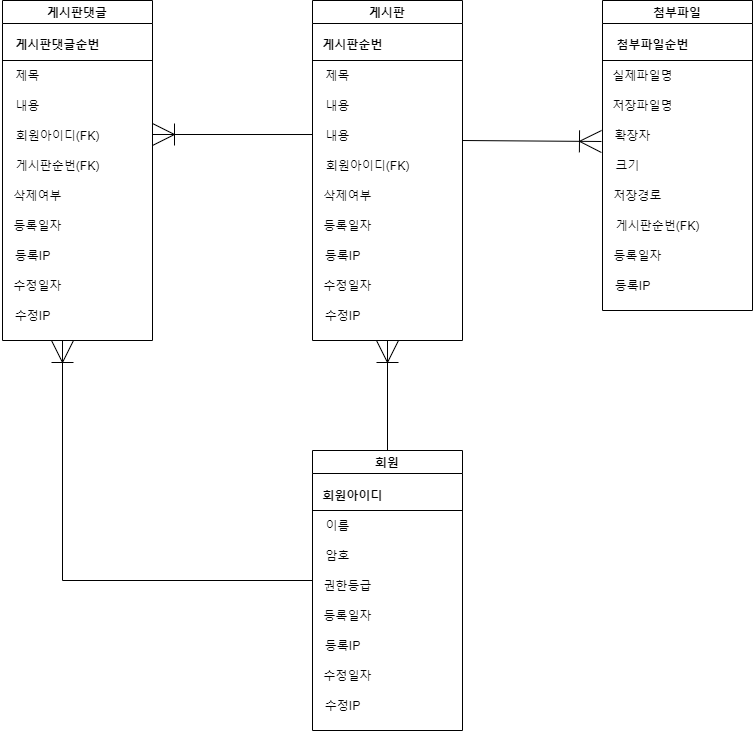
This is BOARD_ERD.png from sos9210/board-project, a draw.io export, as it was before one commit. Source tidied: cells renumbered, new cells last; positions are measured from the earlier drawing's top-left corner, leaving out a move shared by most shapes.
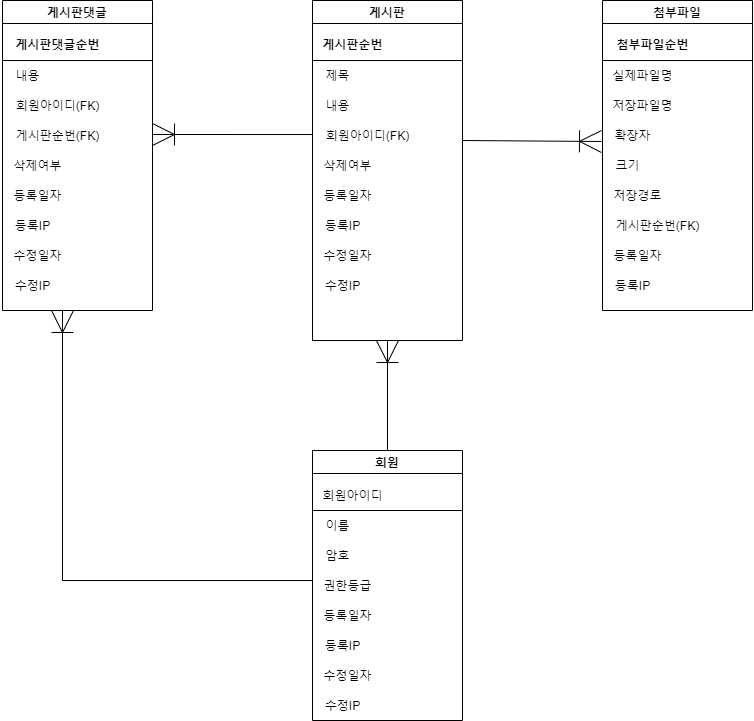
The same file after the commit.

Commit message:
BOARD_ERD 수정

What changed in the source:
```diff
@@ -1,20 +1,20 @@
 <mxGraphModel>
   <root>
-    <mxCell id="0" />
-    <mxCell id="1" parent="0" />
+    <mxCell id="51" />
+    <mxCell id="52" parent="51" />
-    <mxCell id="2" value="회원" style="swimlane;startSize=23;" parent="1" vertex="1">
-      <mxGeometry x="310" y="450" width="150" height="280" as="geometry" />
+    <mxCell id="2" value="회원" style="swimlane;startSize=23;" parent="52" vertex="1">
+      <mxGeometry x="310" y="450" width="150" height="270" as="geometry" />
     </mxCell>
-    <mxCell id="3" style="endArrow=none;html=1;rounded=0;" parent="2" edge="1">
-      <mxGeometry relative="1" as="geometry">
-        <mxPoint y="60" as="sourcePoint" />
-        <mxPoint x="150" y="60" as="targetPoint" />
-      </mxGeometry>
-    </mxCell>
+    <mxCell id="53" style="endArrow=none;html=1;rounded=0;" parent="2" edge="1">
+      <mxGeometry relative="1" as="geometry">
+        <mxPoint y="60" as="sourcePoint" />
+        <mxPoint x="150" y="60" as="targetPoint" />
+      </mxGeometry>
+    </mxCell>
     <mxCell id="4" value="&lt;font style=&quot;font-size: 12px;&quot;&gt;이름&lt;/font&gt;" style="text;html=1;align=center;verticalAlign=middle;strokeColor=none;fillColor=none;fontSize=17;" parent="2" vertex="1">
       <mxGeometry y="60" width="50" height="30" as="geometry" />
     </mxCell>
-    <mxCell id="5" value="&lt;font style=&quot;font-size: 12px;&quot;&gt;회원아이디&lt;/font&gt;" style="text;html=1;align=center;verticalAlign=middle;strokeColor=none;fillColor=none;fontSize=17;fontStyle=1;" parent="2" vertex="1">
+    <mxCell id="5" value="&lt;span style=&quot;font-size: 12px;&quot;&gt;회원아이디&lt;/span&gt;" style="text;html=1;align=center;verticalAlign=middle;strokeColor=none;fillColor=none;fontSize=17;" parent="2" vertex="1">
       <mxGeometry y="30" width="80" height="30" as="geometry" />
     </mxCell>
     <mxCell id="6" value="&lt;font style=&quot;font-size: 12px;&quot;&gt;암호&lt;/font&gt;" style="text;html=1;align=center;verticalAlign=middle;strokeColor=none;fillColor=none;fontSize=17;" parent="2" vertex="1">
@@ -35,57 +35,54 @@
     <mxCell id="11" value="&lt;span style=&quot;font-size: 12px;&quot;&gt;권한등급&lt;/span&gt;" style="text;html=1;align=center;verticalAlign=middle;strokeColor=none;fillColor=none;fontSize=17;" parent="2" vertex="1">
       <mxGeometry y="120" width="70" height="30" as="geometry" />
     </mxCell>
-    <mxCell id="12" value="게시판" style="swimlane;startSize=23;" parent="1" vertex="1">
+    <mxCell id="12" value="게시판" style="swimlane;startSize=23;" parent="52" vertex="1">
       <mxGeometry x="310" width="150" height="340" as="geometry" />
     </mxCell>
     <mxCell id="13" value="&lt;b&gt;게시판순번&lt;/b&gt;" style="text;html=1;align=center;verticalAlign=middle;strokeColor=none;fillColor=none;strokeWidth=4;" parent="12" vertex="1">
       <mxGeometry y="30" width="80" height="30" as="geometry" />
     </mxCell>
-    <mxCell id="14" style="endArrow=none;html=1;rounded=0;" parent="12" edge="1">
-      <mxGeometry relative="1" as="geometry">
-        <mxPoint y="60" as="sourcePoint" />
-        <mxPoint x="150" y="60" as="targetPoint" />
-      </mxGeometry>
-    </mxCell>
-    <mxCell id="15" value="&lt;font style=&quot;font-size: 12px;&quot;&gt;회원아이디(FK)&lt;/font&gt;" style="text;html=1;align=center;verticalAlign=middle;strokeColor=none;fillColor=none;fontSize=17;" parent="12" vertex="1">
-      <mxGeometry y="150" width="110" height="30" as="geometry" />
-    </mxCell>
-    <mxCell id="16" value="&lt;font style=&quot;font-size: 12px;&quot;&gt;등록일자&lt;/font&gt;" style="text;html=1;align=center;verticalAlign=middle;strokeColor=none;fillColor=none;fontSize=17;" parent="12" vertex="1">
-      <mxGeometry y="210" width="70" height="30" as="geometry" />
-    </mxCell>
-    <mxCell id="17" value="&lt;font style=&quot;font-size: 12px;&quot;&gt;등록IP&lt;/font&gt;" style="text;html=1;align=center;verticalAlign=middle;strokeColor=none;fillColor=none;fontSize=17;" parent="12" vertex="1">
-      <mxGeometry y="240" width="60" height="30" as="geometry" />
-    </mxCell>
-    <mxCell id="18" value="&lt;font style=&quot;font-size: 12px;&quot;&gt;수정일자&lt;/font&gt;" style="text;html=1;align=center;verticalAlign=middle;strokeColor=none;fillColor=none;fontSize=17;" parent="12" vertex="1">
-      <mxGeometry y="270" width="70" height="30" as="geometry" />
-    </mxCell>
-    <mxCell id="19" value="&lt;font style=&quot;font-size: 12px;&quot;&gt;수정IP&lt;/font&gt;" style="text;html=1;align=center;verticalAlign=middle;strokeColor=none;fillColor=none;fontSize=17;" parent="12" vertex="1">
-      <mxGeometry y="300" width="60" height="30" as="geometry" />
-    </mxCell>
-    <mxCell id="20" value="&lt;span style=&quot;font-size: 12px;&quot;&gt;제목&lt;/span&gt;" style="text;html=1;align=center;verticalAlign=middle;strokeColor=none;fillColor=none;fontSize=17;" parent="12" vertex="1">
-      <mxGeometry y="60" width="50" height="30" as="geometry" />
-    </mxCell>
-    <mxCell id="21" value="&lt;span style=&quot;font-size: 12px;&quot;&gt;내용&lt;/span&gt;" style="text;html=1;align=center;verticalAlign=middle;strokeColor=none;fillColor=none;fontSize=17;" parent="12" vertex="1">
-      <mxGeometry y="90" width="50" height="30" as="geometry" />
-    </mxCell>
-    <mxCell id="22" value="&lt;span style=&quot;font-size: 12px;&quot;&gt;내용&lt;/span&gt;" style="text;html=1;align=center;verticalAlign=middle;points=[];strokeColor=none;fillColor=none;fontSize=17;" parent="12" vertex="1">
-      <mxGeometry y="120" width="50" height="30" as="geometry" />
-    </mxCell>
-    <mxCell id="23" value="&lt;span style=&quot;font-size: 12px;&quot;&gt;삭제여부&lt;/span&gt;" style="text;html=1;align=center;verticalAlign=middle;strokeColor=none;fillColor=none;fontSize=17;" parent="12" vertex="1">
-      <mxGeometry y="180" width="70" height="30" as="geometry" />
-    </mxCell>
+    <mxCell id="54" style="endArrow=none;html=1;rounded=0;" parent="12" edge="1">
+      <mxGeometry relative="1" as="geometry">
+        <mxPoint y="60" as="sourcePoint" />
+        <mxPoint x="150" y="60" as="targetPoint" />
+      </mxGeometry>
+    </mxCell>
+    <mxCell id="55" value="&lt;span style=&quot;font-size: 12px;&quot;&gt;회원아이디(FK)&lt;/span&gt;" style="text;html=1;align=center;verticalAlign=middle;strokeColor=none;fillColor=none;fontSize=17;" parent="12" vertex="1">
+      <mxGeometry y="120" width="110" height="30" as="geometry" />
+    </mxCell>
+    <mxCell id="56" value="&lt;font style=&quot;font-size: 12px;&quot;&gt;등록일자&lt;/font&gt;" style="text;html=1;align=center;verticalAlign=middle;strokeColor=none;fillColor=none;fontSize=17;" parent="12" vertex="1">
+      <mxGeometry y="180" width="70" height="30" as="geometry" />
+    </mxCell>
+    <mxCell id="57" value="&lt;font style=&quot;font-size: 12px;&quot;&gt;등록IP&lt;/font&gt;" style="text;html=1;align=center;verticalAlign=middle;strokeColor=none;fillColor=none;fontSize=17;" parent="12" vertex="1">
+      <mxGeometry y="210" width="60" height="30" as="geometry" />
+    </mxCell>
+    <mxCell id="58" value="&lt;font style=&quot;font-size: 12px;&quot;&gt;수정일자&lt;/font&gt;" style="text;html=1;align=center;verticalAlign=middle;strokeColor=none;fillColor=none;fontSize=17;" parent="12" vertex="1">
+      <mxGeometry y="240" width="70" height="30" as="geometry" />
+    </mxCell>
+    <mxCell id="59" value="&lt;font style=&quot;font-size: 12px;&quot;&gt;수정IP&lt;/font&gt;" style="text;html=1;align=center;verticalAlign=middle;strokeColor=none;fillColor=none;fontSize=17;" parent="12" vertex="1">
+      <mxGeometry y="270" width="60" height="30" as="geometry" />
+    </mxCell>
+    <mxCell id="60" value="&lt;span style=&quot;font-size: 12px;&quot;&gt;제목&lt;/span&gt;" style="text;html=1;align=center;verticalAlign=middle;strokeColor=none;fillColor=none;fontSize=17;" parent="12" vertex="1">
+      <mxGeometry y="60" width="50" height="30" as="geometry" />
+    </mxCell>
+    <mxCell id="61" value="&lt;span style=&quot;font-size: 12px;&quot;&gt;내용&lt;/span&gt;" style="text;html=1;align=center;verticalAlign=middle;strokeColor=none;fillColor=none;fontSize=17;" parent="12" vertex="1">
+      <mxGeometry y="90" width="50" height="30" as="geometry" />
+    </mxCell>
+    <mxCell id="62" value="&lt;span style=&quot;font-size: 12px;&quot;&gt;삭제여부&lt;/span&gt;" style="text;html=1;align=center;verticalAlign=middle;strokeColor=none;fillColor=none;fontSize=17;" parent="12" vertex="1">
+      <mxGeometry y="150" width="70" height="30" as="geometry" />
+    </mxCell>
-    <mxCell id="24" value="첨부파일" style="swimlane;startSize=23;" parent="1" vertex="1">
+    <mxCell id="24" value="첨부파일" style="swimlane;startSize=23;" parent="52" vertex="1">
       <mxGeometry x="600" width="150" height="310" as="geometry" />
     </mxCell>
     <mxCell id="25" value="&lt;b&gt;첨부파일순번&lt;/b&gt;" style="text;html=1;align=center;verticalAlign=middle;strokeColor=none;fillColor=none;strokeWidth=4;" parent="24" vertex="1">
       <mxGeometry y="30" width="100" height="30" as="geometry" />
     </mxCell>
-    <mxCell id="26" style="endArrow=none;html=1;rounded=0;" parent="24" edge="1">
-      <mxGeometry relative="1" as="geometry">
-        <mxPoint y="60" as="sourcePoint" />
-        <mxPoint x="150" y="60" as="targetPoint" />
-      </mxGeometry>
-    </mxCell>
+    <mxCell id="63" style="endArrow=none;html=1;rounded=0;" parent="24" edge="1">
+      <mxGeometry relative="1" as="geometry">
+        <mxPoint y="60" as="sourcePoint" />
+        <mxPoint x="150" y="60" as="targetPoint" />
+      </mxGeometry>
+    </mxCell>
     <mxCell id="27" value="&lt;font style=&quot;font-size: 12px;&quot;&gt;실제파일명&lt;/font&gt;" style="text;html=1;align=center;verticalAlign=middle;strokeColor=none;fillColor=none;fontSize=17;" parent="24" vertex="1">
       <mxGeometry y="60" width="80" height="30" as="geometry" />
     </mxCell>
@@ -110,67 +107,65 @@
     <mxCell id="34" value="&lt;span style=&quot;font-size: 12px;&quot;&gt;게시판순번(FK)&lt;/span&gt;" style="text;html=1;align=center;verticalAlign=middle;strokeColor=none;fillColor=none;fontSize=17;" parent="24" vertex="1">
       <mxGeometry y="210" width="110" height="30" as="geometry" />
     </mxCell>
-    <mxCell id="35" style="fontSize=12;html=1;endArrow=ERoneToMany;rounded=0;verticalAlign=middle;entryX=-0.017;entryY=0.7;entryDx=0;entryDy=0;endSize=20;startSize=20;entryPerimeter=0;endFill=0;" parent="1" edge="1" target="29">
-      <mxGeometry relative="1" as="geometry">
-        <mxPoint x="460" y="140" as="sourcePoint" />
-      </mxGeometry>
-    </mxCell>
+    <mxCell id="64" style="fontSize=12;html=1;endArrow=ERoneToMany;rounded=0;verticalAlign=middle;entryX=-0.017;entryY=0.7;entryDx=0;entryDy=0;endSize=20;startSize=20;entryPerimeter=0;endFill=0;" parent="52" edge="1" target="29">
+      <mxGeometry relative="1" as="geometry">
+        <mxPoint x="460" y="140" as="sourcePoint" />
+      </mxGeometry>
+    </mxCell>
-    <mxCell id="36" value="게시판댓글" style="swimlane;startSize=23;" parent="1" vertex="1">
-      <mxGeometry width="150" height="340" as="geometry" />
+    <mxCell id="36" value="게시판댓글" style="swimlane;startSize=23;" parent="52" vertex="1">
+      <mxGeometry width="150" height="310" as="geometry" />
     </mxCell>
     <mxCell id="37" value="&lt;b&gt;게시판댓글순번&lt;/b&gt;" style="text;html=1;align=center;verticalAlign=middle;strokeColor=none;fillColor=none;strokeWidth=4;" parent="36" vertex="1">
       <mxGeometry y="30" width="110" height="30" as="geometry" />
     </mxCell>
-    <mxCell id="38" style="endArrow=none;html=1;rounded=0;" parent="36" edge="1">
-      <mxGeometry relative="1" as="geometry">
-        <mxPoint y="60" as="sourcePoint" />
-        <mxPoint x="150" y="60" as="targetPoint" />
-      </mxGeometry>
-    </mxCell>
+    <mxCell id="65" style="endArrow=none;html=1;rounded=0;" parent="36" edge="1">
+      <mxGeometry relative="1" as="geometry">
+        <mxPoint y="60" as="sourcePoint" />
+        <mxPoint x="150" y="60" as="targetPoint" />
+      </mxGeometry>
+    </mxCell>
     <mxCell id="39" value="&lt;font style=&quot;font-size: 12px;&quot;&gt;게시판순번(FK)&lt;/font&gt;" style="text;html=1;align=center;verticalAlign=middle;strokeColor=none;fillColor=none;fontSize=17;" parent="36" vertex="1">
-      <mxGeometry y="150" width="110" height="30" as="geometry" />
+      <mxGeometry y="120" width="110" height="30" as="geometry" />
     </mxCell>
-    <mxCell id="40" value="&lt;font style=&quot;font-size: 12px;&quot;&gt;등록일자&lt;/font&gt;" style="text;html=1;align=center;verticalAlign=middle;strokeColor=none;fillColor=none;fontSize=17;" parent="36" vertex="1">
-      <mxGeometry y="210" width="70" height="30" as="geometry" />
-    </mxCell>
-    <mxCell id="41" value="&lt;font style=&quot;font-size: 12px;&quot;&gt;등록IP&lt;/font&gt;" style="text;html=1;align=center;verticalAlign=middle;strokeColor=none;fillColor=none;fontSize=17;" parent="36" vertex="1">
-      <mxGeometry y="240" width="60" height="30" as="geometry" />
-    </mxCell>
-    <mxCell id="42" value="&lt;font style=&quot;font-size: 12px;&quot;&gt;수정일자&lt;/font&gt;" style="text;html=1;align=center;verticalAlign=middle;strokeColor=none;fillColor=none;fontSize=17;" parent="36" vertex="1">
-      <mxGeometry y="270" width="70" height="30" as="geometry" />
-    </mxCell>
-    <mxCell id="43" value="&lt;font style=&quot;font-size: 12px;&quot;&gt;수정IP&lt;/font&gt;" style="text;html=1;align=center;verticalAlign=middle;strokeColor=none;fillColor=none;fontSize=17;" parent="36" vertex="1">
-      <mxGeometry y="300" width="60" height="30" as="geometry" />
-    </mxCell>
-    <mxCell id="44" value="&lt;span style=&quot;font-size: 12px;&quot;&gt;제목&lt;/span&gt;" style="text;html=1;align=center;verticalAlign=middle;strokeColor=none;fillColor=none;fontSize=17;" parent="36" vertex="1">
-      <mxGeometry y="60" width="50" height="30" as="geometry" />
-    </mxCell>
-    <mxCell id="45" value="&lt;span style=&quot;font-size: 12px;&quot;&gt;내용&lt;/span&gt;" style="text;html=1;align=center;verticalAlign=middle;strokeColor=none;fillColor=none;fontSize=17;" parent="36" vertex="1">
-      <mxGeometry y="90" width="50" height="30" as="geometry" />
-    </mxCell>
-    <mxCell id="46" value="&lt;span style=&quot;font-size: 12px;&quot;&gt;삭제여부&lt;/span&gt;" style="text;html=1;align=center;verticalAlign=middle;strokeColor=none;fillColor=none;fontSize=17;" parent="36" vertex="1">
-      <mxGeometry y="180" width="70" height="30" as="geometry" />
-    </mxCell>
-    <mxCell id="47" value="&lt;font style=&quot;font-size: 12px;&quot;&gt;회원아이디(FK)&lt;/font&gt;" style="text;html=1;align=center;verticalAlign=middle;strokeColor=none;fillColor=none;fontSize=17;" parent="36" vertex="1">
-      <mxGeometry y="120" width="110" height="30" as="geometry" />
-    </mxCell>
-    <mxCell id="48" style="fontSize=12;html=1;endArrow=ERoneToMany;rounded=0;verticalAlign=middle;exitX=0;exitY=0.467;exitDx=0;exitDy=0;exitPerimeter=0;endSize=20;startSize=20;endFill=0;" parent="1" edge="1" source="22">
-      <mxGeometry relative="1" as="geometry">
-        <mxPoint x="150" y="134" as="targetPoint" />
-      </mxGeometry>
-    </mxCell>
+    <mxCell id="66" value="&lt;font style=&quot;font-size: 12px;&quot;&gt;등록일자&lt;/font&gt;" style="text;html=1;align=center;verticalAlign=middle;strokeColor=none;fillColor=none;fontSize=17;" parent="36" vertex="1">
+      <mxGeometry y="180" width="70" height="30" as="geometry" />
+    </mxCell>
+    <mxCell id="67" value="&lt;font style=&quot;font-size: 12px;&quot;&gt;등록IP&lt;/font&gt;" style="text;html=1;align=center;verticalAlign=middle;strokeColor=none;fillColor=none;fontSize=17;" parent="36" vertex="1">
+      <mxGeometry y="210" width="60" height="30" as="geometry" />
+    </mxCell>
+    <mxCell id="68" value="&lt;font style=&quot;font-size: 12px;&quot;&gt;수정일자&lt;/font&gt;" style="text;html=1;align=center;verticalAlign=middle;strokeColor=none;fillColor=none;fontSize=17;" parent="36" vertex="1">
+      <mxGeometry y="240" width="70" height="30" as="geometry" />
+    </mxCell>
+    <mxCell id="69" value="&lt;font style=&quot;font-size: 12px;&quot;&gt;수정IP&lt;/font&gt;" style="text;html=1;align=center;verticalAlign=middle;strokeColor=none;fillColor=none;fontSize=17;" parent="36" vertex="1">
+      <mxGeometry y="270" width="60" height="30" as="geometry" />
+    </mxCell>
+    <mxCell id="70" value="&lt;span style=&quot;font-size: 12px;&quot;&gt;내용&lt;/span&gt;" style="text;html=1;align=center;verticalAlign=middle;strokeColor=none;fillColor=none;fontSize=17;" parent="36" vertex="1">
+      <mxGeometry y="60" width="50" height="30" as="geometry" />
+    </mxCell>
+    <mxCell id="71" value="&lt;span style=&quot;font-size: 12px;&quot;&gt;회원아이디(FK)&lt;/span&gt;" style="text;html=1;align=center;verticalAlign=middle;strokeColor=none;fillColor=none;fontSize=17;" parent="36" vertex="1">
+      <mxGeometry y="90" width="110" height="30" as="geometry" />
+    </mxCell>
+    <mxCell id="72" value="&lt;span style=&quot;font-size: 12px;&quot;&gt;삭제여부&lt;/span&gt;" style="text;html=1;align=center;verticalAlign=middle;strokeColor=none;fillColor=none;fontSize=17;" parent="36" vertex="1">
+      <mxGeometry y="150" width="70" height="30" as="geometry" />
+    </mxCell>
+    <mxCell id="73" style="fontSize=12;html=1;endArrow=ERoneToMany;rounded=0;verticalAlign=middle;exitX=0;exitY=0.467;exitDx=0;exitDy=0;exitPerimeter=0;endSize=20;startSize=20;endFill=0;" parent="52" edge="1">
+      <mxGeometry relative="1" as="geometry">
+        <mxPoint x="310" y="134" as="sourcePoint" />
+        <mxPoint x="150" y="134" as="targetPoint" />
+      </mxGeometry>
+    </mxCell>
-    <mxCell id="49" style="fontSize=12;html=1;endArrow=ERoneToMany;rounded=0;verticalAlign=middle;exitX=0.5;exitY=0;exitDx=0;exitDy=0;endSize=20;startSize=20;entryX=0.5;entryY=1;entryDx=0;entryDy=0;endFill=0;" parent="1" edge="1" source="2" target="12">
+    <mxCell id="49" style="fontSize=12;html=1;endArrow=ERoneToMany;rounded=0;verticalAlign=middle;exitX=0.5;exitY=0;exitDx=0;exitDy=0;endSize=20;startSize=20;entryX=0.5;entryY=1;entryDx=0;entryDy=0;endFill=0;" parent="52" edge="1" source="2" target="12">
       <mxGeometry relative="1" as="geometry" />
     </mxCell>
-    <mxCell id="50" style="edgeStyle=orthogonalEdgeStyle;fontSize=12;html=1;endArrow=ERoneToMany;rounded=0;startSize=20;endSize=20;endFill=0;" parent="1" edge="1">
-      <mxGeometry relative="1" as="geometry">
-        <mxPoint x="310" y="580" as="sourcePoint" />
-        <mxPoint x="60" y="340" as="targetPoint" />
-        <Array as="points">
-          <mxPoint x="310" y="580" />
-          <mxPoint x="60" y="580" />
-        </Array>
-      </mxGeometry>
-    </mxCell>
+    <mxCell id="74" style="edgeStyle=orthogonalEdgeStyle;fontSize=12;html=1;endArrow=ERoneToMany;rounded=0;startSize=20;endSize=20;endFill=0;" parent="52" edge="1">
+      <mxGeometry relative="1" as="geometry">
+        <mxPoint x="310" y="580" as="sourcePoint" />
+        <mxPoint x="60" y="310" as="targetPoint" />
+        <Array as="points">
+          <mxPoint x="310" y="580" />
+          <mxPoint x="60" y="580" />
+        </Array>
+      </mxGeometry>
+    </mxCell>
   </root>
 </mxGraphModel>
```
